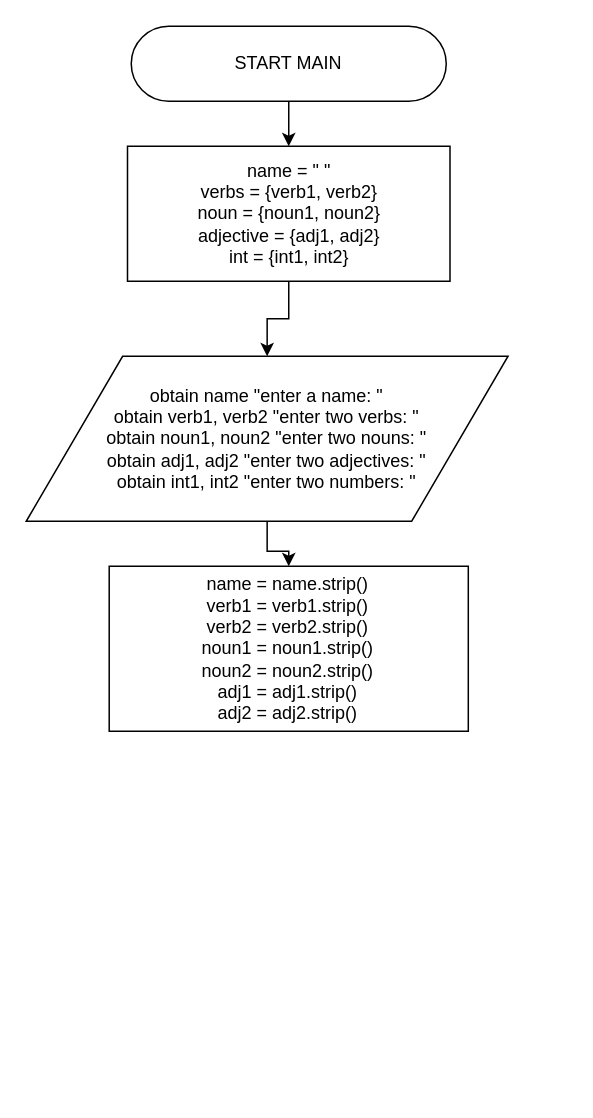
Above: doc/Untitled Diagram.drawio in RedjaderCode/redjader (draw.io), before the change. Source tidied: cells renumbered, new cells numbered last; positions are measured from the earlier drawing's top-left corner, leaving out a move shared by most shapes. Both pictures are drawn from the tidied source at 150%, with x=0, y=0 at pixel (26, 26).
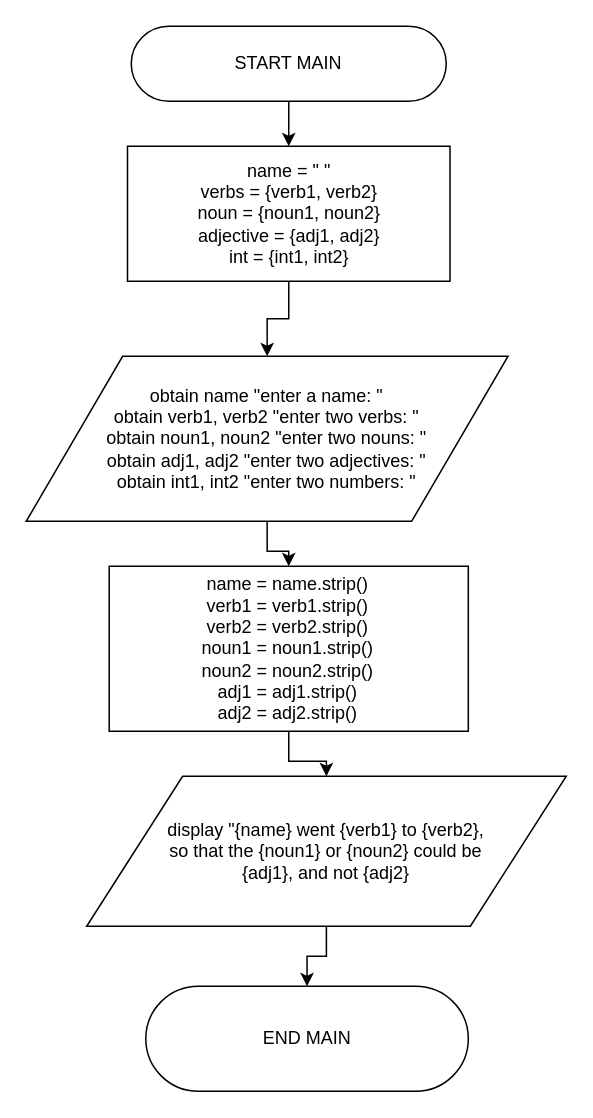
The same diagram, later.

What changed in the source:
```diff
@@
 <mxGraphModel>
   <root>
     <mxCell id="0" />
     <mxCell id="1" parent="0" />
     <mxCell id="2" style="edgeStyle=orthogonalEdgeStyle;rounded=0;jettySize=auto;html=1;" parent="1" edge="1" source="3" target="5">
       <mxGeometry relative="1" as="geometry" />
     </mxCell>
     <mxCell id="3" value="START MAIN" style="html=1;dashed=0;whiteSpace=wrap;shape=mxgraph.dfd.start;" parent="1" vertex="1">
       <mxGeometry x="70" width="210" height="50" as="geometry" />
     </mxCell>
     <mxCell id="4" style="edgeStyle=orthogonalEdgeStyle;rounded=0;jettySize=auto;html=1;" parent="1" edge="1" source="5" target="7">
       <mxGeometry relative="1" as="geometry" />
     </mxCell>
     <mxCell id="5" value="name = &quot; &quot;&lt;div&gt;verbs = {verb1, verb2}&lt;/div&gt;&lt;div&gt;noun = {noun1, noun2}&lt;/div&gt;&lt;div&gt;adjective = {adj1, adj2}&lt;/div&gt;&lt;div&gt;int = {int1, int2}&lt;/div&gt;" style="html=1;dashed=0;whiteSpace=wrap;" parent="1" vertex="1">
       <mxGeometry x="67.5" y="80" width="215" height="90" as="geometry" />
     </mxCell>
     <mxCell id="6" style="edgeStyle=orthogonalEdgeStyle;rounded=0;jettySize=auto;html=1;" parent="1" edge="1" source="7" target="8">
       <mxGeometry relative="1" as="geometry" />
     </mxCell>
     <mxCell id="7" value="obtain name &quot;enter a name: &quot;&lt;div&gt;obtain verb1, verb2 &quot;enter two verbs: &quot;&lt;/div&gt;&lt;div&gt;obtain noun1, noun2 &quot;enter two nouns: &quot;&lt;/div&gt;&lt;div&gt;obtain adj1, adj2 &quot;enter two adjectives: &quot;&lt;/div&gt;&lt;div&gt;obtain int1, int2 &quot;enter two numbers: &quot;&lt;/div&gt;" style="shape=parallelogram;perimeter=parallelogramPerimeter;whiteSpace=wrap;html=1;dashed=0;" parent="1" vertex="1">
       <mxGeometry y="220" width="321.2" height="110" as="geometry" />
     </mxCell>
+    <mxCell id="9" style="edgeStyle=orthogonalEdgeStyle;rounded=0;jettySize=auto;html=1;" parent="1" edge="1" source="8" target="11">
+      <mxGeometry relative="1" as="geometry" />
+    </mxCell>
     <mxCell id="8" value="name = name.strip()&lt;div&gt;verb1 = verb1.strip()&lt;/div&gt;&lt;div&gt;verb2 = verb2.strip()&lt;/div&gt;&lt;div&gt;noun1 = noun1.strip()&lt;/div&gt;&lt;div&gt;noun2 = noun2&lt;span style=&quot;background-color: initial;&quot;&gt;.strip()&lt;/span&gt;&lt;/div&gt;&lt;div&gt;&lt;span style=&quot;background-color: initial;&quot;&gt;adj1 = adj1&lt;/span&gt;&lt;span style=&quot;background-color: initial;&quot;&gt;.strip()&lt;/span&gt;&lt;/div&gt;&lt;div&gt;&lt;span style=&quot;background-color: initial;&quot;&gt;adj2 = adj2&lt;/span&gt;&lt;span style=&quot;background-color: initial;&quot;&gt;.strip()&lt;/span&gt;&lt;/div&gt;" style="html=1;dashed=0;whiteSpace=wrap;" parent="1" vertex="1">
       <mxGeometry x="55.3" y="360" width="239.4" height="110" as="geometry" />
     </mxCell>
+    <mxCell id="10" style="edgeStyle=orthogonalEdgeStyle;rounded=0;jettySize=auto;html=1;" parent="1" edge="1" source="11" target="12">
+      <mxGeometry relative="1" as="geometry" />
+    </mxCell>
+    <mxCell id="11" value="display &quot;{name} went {verb1} to {verb2},&lt;div&gt;so that the {noun1} or {noun2} could be&lt;/div&gt;&lt;div&gt;{adj1}, and not {adj2}&lt;/div&gt;" style="shape=parallelogram;perimeter=parallelogramPerimeter;whiteSpace=wrap;html=1;dashed=0;" parent="1" vertex="1">
+      <mxGeometry x="40.3" y="500" width="319.7" height="100" as="geometry" />
+    </mxCell>
+    <mxCell id="12" value="END MAIN" style="html=1;dashed=0;whiteSpace=wrap;shape=mxgraph.dfd.start;" parent="1" vertex="1">
+      <mxGeometry x="79.7" y="640" width="215" height="70" as="geometry" />
+    </mxCell>
   </root>
 </mxGraphModel>
```
